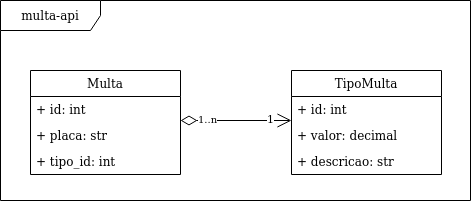
Earlier version of the draw.io export imagens/multa-api.png (olist/palestra-microsservicos). Source tidied: cells renumbered, new cells last; positions are measured from the earlier drawing's top-left corner, leaving out a move shared by most shapes. Source of this version:
```xml
<mxGraphModel>
  <root>
    <mxCell id="0" />
    <mxCell id="1" parent="0" />
    <mxCell id="2" value="multa-api" style="shape=umlFrame;whiteSpace=wrap;html=1;width=100;height=30;" parent="1" vertex="1">
      <mxGeometry width="470" height="200" as="geometry" />
    </mxCell>
    <mxCell id="3" value="Multa" style="swimlane;fontStyle=0;horizontal=1;startSize=26;fillColor=none;" parent="1" vertex="1">
      <mxGeometry x="30" y="70" width="150" height="104" as="geometry" />
    </mxCell>
    <mxCell id="4" value="+ id: int" style="text;strokeColor=none;fillColor=none;align=left;verticalAlign=top;spacingLeft=4;spacingRight=4;overflow=hidden;" parent="3" vertex="1">
      <mxGeometry y="26" width="150" height="26" as="geometry" />
    </mxCell>
    <mxCell id="5" value="+ placa: str" style="text;strokeColor=none;fillColor=none;align=left;verticalAlign=top;spacingLeft=4;spacingRight=4;overflow=hidden;points=[[0,0.5],[1,0.5]];portConstraint=eastwest;" parent="3" vertex="1">
      <mxGeometry y="52" width="150" height="26" as="geometry" />
    </mxCell>
    <mxCell id="6" value="+ tipo_id: int" style="text;strokeColor=none;fillColor=none;align=left;verticalAlign=top;spacingLeft=4;spacingRight=4;overflow=hidden;" parent="3" vertex="1">
      <mxGeometry y="78" width="150" height="26" as="geometry" />
    </mxCell>
    <mxCell id="7" value="TipoMulta" style="swimlane;fontStyle=0;horizontal=1;startSize=26;fillColor=none;" parent="1" vertex="1">
      <mxGeometry x="291" y="70" width="150" height="104" as="geometry" />
    </mxCell>
    <mxCell id="8" value="+ id: int" style="text;strokeColor=none;fillColor=none;align=left;verticalAlign=top;spacingLeft=4;spacingRight=4;overflow=hidden;points=[[0,0.5],[1,0.5]];portConstraint=eastwest;" parent="7" vertex="1">
      <mxGeometry y="26" width="150" height="26" as="geometry" />
    </mxCell>
    <mxCell id="9" value="+ valor: decimal" style="text;strokeColor=none;fillColor=none;align=left;verticalAlign=top;spacingLeft=4;spacingRight=4;overflow=hidden;" parent="7" vertex="1">
      <mxGeometry y="52" width="150" height="26" as="geometry" />
    </mxCell>
    <mxCell id="10" value="+ descricao: str" style="text;strokeColor=none;fillColor=none;align=left;verticalAlign=top;spacingLeft=4;spacingRight=4;overflow=hidden;" parent="7" vertex="1">
      <mxGeometry y="78" width="150" height="26" as="geometry" />
    </mxCell>
    <mxCell id="11" style="endArrow=open;html=1;endSize=12;startArrow=diamondThin;startSize=14;startFill=0;edgeStyle=orthogonalEdgeStyle;entryX=0;entryY=0.923;entryDx=0;entryDy=0;entryPerimeter=0;exitX=1;exitY=-0.077;exitDx=0;exitDy=0;exitPerimeter=0;" parent="1" edge="1" source="5" target="8">
      <mxGeometry relative="1" as="geometry" />
    </mxCell>
    <mxCell id="12" value="1" style="edgeLabel;html=1;align=center;verticalAlign=middle;" parent="11" vertex="1">
      <mxGeometry x="0.89" y="-8" relative="1" as="geometry">
        <mxPoint x="-15.1" y="-10" as="offset" />
      </mxGeometry>
    </mxCell>
    <mxCell id="13" value="1..n" style="html=1;align=left;verticalAlign=top;labelBackgroundColor=#ffffff;fontSize=10;" parent="11" vertex="1">
      <mxGeometry x="-1" relative="1" as="geometry">
        <mxPoint x="16" y="-14" as="offset" />
      </mxGeometry>
    </mxCell>
  </root>
</mxGraphModel>
```
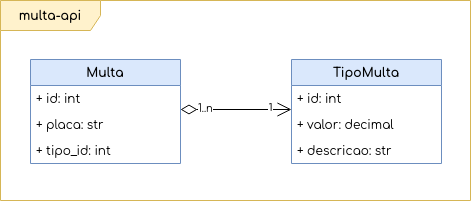
The same file after the commit.

Change to the diagram source:
```diff
@@ -2,45 +2,45 @@
   <root>
     <mxCell id="0" />
     <mxCell id="1" parent="0" />
-    <mxCell id="2" value="multa-api" style="shape=umlFrame;whiteSpace=wrap;html=1;width=100;height=30;" parent="1" vertex="1">
+    <mxCell id="2" value="multa-api" style="shape=umlFrame;whiteSpace=wrap;html=1;width=100;height=30;fontFamily=Comfortaa;fillColor=#fff2cc;strokeColor=#d6b656;fontStyle=1;" parent="1" vertex="1">
       <mxGeometry width="470" height="200" as="geometry" />
     </mxCell>
-    <mxCell id="3" value="Multa" style="swimlane;fontStyle=0;horizontal=1;startSize=26;fillColor=none;" parent="1" vertex="1">
-      <mxGeometry x="30" y="70" width="150" height="104" as="geometry" />
+    <mxCell id="3" style="endArrow=open;html=1;endSize=12;startArrow=diamondThin;startSize=14;startFill=0;edgeStyle=orthogonalEdgeStyle;entryX=0;entryY=0.923;entryDx=0;entryDy=0;entryPerimeter=0;exitX=1;exitY=-0.077;exitDx=0;exitDy=0;exitPerimeter=0;fontFamily=Comfortaa;" parent="1" edge="1" source="8" target="11">
+      <mxGeometry relative="1" as="geometry" />
     </mxCell>
-    <mxCell id="4" value="+ id: int" style="text;strokeColor=none;fillColor=none;align=left;verticalAlign=top;spacingLeft=4;spacingRight=4;overflow=hidden;" parent="3" vertex="1">
-      <mxGeometry y="26" width="150" height="26" as="geometry" />
+    <mxCell id="4" value="1" style="edgeLabel;html=1;align=center;verticalAlign=middle;fontFamily=Comfortaa;" parent="3" vertex="1">
+      <mxGeometry x="0.89" y="-8" relative="1" as="geometry">
+        <mxPoint x="-15.1" y="-10" as="offset" />
+      </mxGeometry>
     </mxCell>
-    <mxCell id="5" value="+ placa: str" style="text;strokeColor=none;fillColor=none;align=left;verticalAlign=top;spacingLeft=4;spacingRight=4;overflow=hidden;points=[[0,0.5],[1,0.5]];portConstraint=eastwest;" parent="3" vertex="1">
-      <mxGeometry y="52" width="150" height="26" as="geometry" />
+    <mxCell id="5" value="1..n" style="html=1;align=left;verticalAlign=top;labelBackgroundColor=#ffffff;fontSize=10;fontFamily=Comfortaa;" parent="3" vertex="1">
+      <mxGeometry x="-1" relative="1" as="geometry">
+        <mxPoint x="16" y="-14" as="offset" />
+      </mxGeometry>
     </mxCell>
-    <mxCell id="6" value="+ tipo_id: int" style="text;strokeColor=none;fillColor=none;align=left;verticalAlign=top;spacingLeft=4;spacingRight=4;overflow=hidden;" parent="3" vertex="1">
-      <mxGeometry y="78" width="150" height="26" as="geometry" />
+    <mxCell id="6" value="Multa" style="swimlane;fontStyle=1;horizontal=1;startSize=26;fillColor=#dae8fc;fontFamily=Comfortaa;strokeColor=#6c8ebf;" parent="1" vertex="1">
+      <mxGeometry x="30" y="59" width="150" height="104" as="geometry" />
     </mxCell>
-    <mxCell id="7" value="TipoMulta" style="swimlane;fontStyle=0;horizontal=1;startSize=26;fillColor=none;" parent="1" vertex="1">
-      <mxGeometry x="291" y="70" width="150" height="104" as="geometry" />
+    <mxCell id="7" value="+ id: int" style="text;strokeColor=none;fillColor=none;align=left;verticalAlign=top;spacingLeft=4;spacingRight=4;overflow=hidden;fontFamily=Comfortaa;" parent="6" vertex="1">
+      <mxGeometry y="26" width="150" height="26" as="geometry" />
     </mxCell>
-    <mxCell id="8" value="+ id: int" style="text;strokeColor=none;fillColor=none;align=left;verticalAlign=top;spacingLeft=4;spacingRight=4;overflow=hidden;points=[[0,0.5],[1,0.5]];portConstraint=eastwest;" parent="7" vertex="1">
-      <mxGeometry y="26" width="150" height="26" as="geometry" />
+    <mxCell id="8" value="+ placa: str" style="text;strokeColor=none;fillColor=none;align=left;verticalAlign=top;spacingLeft=4;spacingRight=4;overflow=hidden;points=[[0,0.5],[1,0.5]];portConstraint=eastwest;fontFamily=Comfortaa;" parent="6" vertex="1">
+      <mxGeometry y="52" width="150" height="26" as="geometry" />
     </mxCell>
-    <mxCell id="9" value="+ valor: decimal" style="text;strokeColor=none;fillColor=none;align=left;verticalAlign=top;spacingLeft=4;spacingRight=4;overflow=hidden;" parent="7" vertex="1">
-      <mxGeometry y="52" width="150" height="26" as="geometry" />
+    <mxCell id="9" value="+ tipo_id: int" style="text;strokeColor=none;fillColor=none;align=left;verticalAlign=top;spacingLeft=4;spacingRight=4;overflow=hidden;fontFamily=Comfortaa;" parent="6" vertex="1">
+      <mxGeometry y="78" width="150" height="26" as="geometry" />
     </mxCell>
-    <mxCell id="10" value="+ descricao: str" style="text;strokeColor=none;fillColor=none;align=left;verticalAlign=top;spacingLeft=4;spacingRight=4;overflow=hidden;" parent="7" vertex="1">
-      <mxGeometry y="78" width="150" height="26" as="geometry" />
+    <mxCell id="10" value="TipoMulta" style="swimlane;fontStyle=1;horizontal=1;startSize=26;fillColor=#dae8fc;fontFamily=Comfortaa;strokeColor=#6c8ebf;" parent="1" vertex="1">
+      <mxGeometry x="291" y="59" width="150" height="104" as="geometry" />
     </mxCell>
-    <mxCell id="11" style="endArrow=open;html=1;endSize=12;startArrow=diamondThin;startSize=14;startFill=0;edgeStyle=orthogonalEdgeStyle;entryX=0;entryY=0.923;entryDx=0;entryDy=0;entryPerimeter=0;exitX=1;exitY=-0.077;exitDx=0;exitDy=0;exitPerimeter=0;" parent="1" edge="1" source="5" target="8">
-      <mxGeometry relative="1" as="geometry" />
+    <mxCell id="11" value="+ id: int" style="text;strokeColor=none;fillColor=none;align=left;verticalAlign=top;spacingLeft=4;spacingRight=4;overflow=hidden;points=[[0,0.5],[1,0.5]];portConstraint=eastwest;fontFamily=Comfortaa;" parent="10" vertex="1">
+      <mxGeometry y="26" width="150" height="26" as="geometry" />
     </mxCell>
-    <mxCell id="12" value="1" style="edgeLabel;html=1;align=center;verticalAlign=middle;" parent="11" vertex="1">
-      <mxGeometry x="0.89" y="-8" relative="1" as="geometry">
-        <mxPoint x="-15.1" y="-10" as="offset" />
-      </mxGeometry>
+    <mxCell id="12" value="+ valor: decimal" style="text;strokeColor=none;fillColor=none;align=left;verticalAlign=top;spacingLeft=4;spacingRight=4;overflow=hidden;fontFamily=Comfortaa;" parent="10" vertex="1">
+      <mxGeometry y="52" width="150" height="26" as="geometry" />
     </mxCell>
-    <mxCell id="13" value="1..n" style="html=1;align=left;verticalAlign=top;labelBackgroundColor=#ffffff;fontSize=10;" parent="11" vertex="1">
-      <mxGeometry x="-1" relative="1" as="geometry">
-        <mxPoint x="16" y="-14" as="offset" />
-      </mxGeometry>
+    <mxCell id="13" value="+ descricao: str" style="text;strokeColor=none;fillColor=none;align=left;verticalAlign=top;spacingLeft=4;spacingRight=4;overflow=hidden;fontFamily=Comfortaa;" parent="10" vertex="1">
+      <mxGeometry y="78" width="150" height="26" as="geometry" />
     </mxCell>
   </root>
 </mxGraphModel>
```
